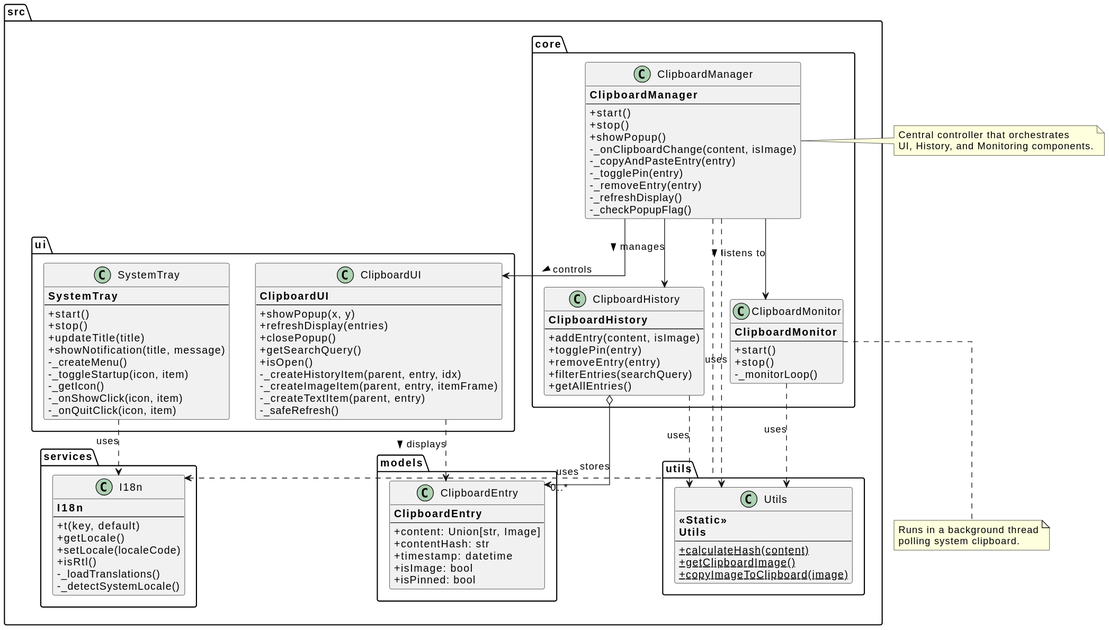
The PlantUML diagram docs/system design UML.svg in AhmedEssamYassin/MindfulClipboard, before a commit. Source of this version:
```plantuml
@startuml
skinparam linetype ortho
skinparam layout compact
skinparam classAttributeIconSize 0
skinparam nodeMargin 20

package "src.ui" {
    class ClipboardUI {
        <b>ClipboardUI</b>
        --
        + showPopup(x, y)
        + refreshDisplay(entries)
        + closePopup()
        + getSearchQuery()
        + isOpen()
        - _createHistoryItem(parent, entry, idx)
        - _createImageItem(parent, entry, itemFrame)
        - _createTextItem(parent, entry)
        - _safeRefresh()
    }

    class SystemTray {
        <b>SystemTray</b>
        --
        + start()
        + stop()
        + updateTitle(title)
        + showNotification(title, message)
        - _createMenu()
        - _toggleStartup(icon, item)
        - _getIcon()
        - _onShowClick(icon, item)
        - _onQuitClick(icon, item)
    }
}

package "src.core" {
    class ClipboardManager {
        <b>ClipboardManager</b>
        --
        + start()
        + stop()
        + showPopup()
        - _onClipboardChange(content, isImage)
        - _copyAndPasteEntry(entry)
        - _togglePin(entry)
        - _removeEntry(entry)
        - _refreshDisplay()
        - _checkPopupFlag()
    }

    class ClipboardMonitor {
        <b>ClipboardMonitor</b>
        --
        + start()
        + stop()
        - _monitorLoop()
    }

    class ClipboardHistory {
        <b>ClipboardHistory</b>
        --
        + addEntry(content, isImage)
        + togglePin(entry)
        + removeEntry(entry)
        + filterEntries(searchQuery)
        + getAllEntries()
    }
}

package "src.services" {
    class I18n {
        <b>I18n</b>
        --
        + t(key, default)
        + getLocale()
        + setLocale(localeCode)
        + isRtl()
        - _loadTranslations()
        - _detectSystemLocale()
    }
}

package "src.utils" {
    class Utils {
        <b><<Static>></b>
        <b>Utils</b>
        --
        {static} + calculateHash(content)
        {static} + getClipboardImage()
        {static} + copyImageToClipboard(image)
    }
}

package "src.models" {
    class ClipboardEntry {
        <b>ClipboardEntry</b>
        --
        + content: Union[str, Image]
        + contentHash: str
        + timestamp: datetime
        + isImage: bool
        + isPinned: bool
    }
}

ClipboardManager --> ClipboardUI : "controls >"
ClipboardManager --> ClipboardHistory : "manages >"
ClipboardManager --> ClipboardMonitor : "listens to >"
ClipboardManager ..> I18n : "uses"
SystemTray ..> I18n : "uses"

ClipboardUI ..> ClipboardEntry : "displays >"
ClipboardHistory o--> "0..*" ClipboardEntry : "stores"

ClipboardMonitor ..> Utils : "uses"
ClipboardHistory ..> Utils : "uses"
ClipboardManager ..> Utils : "uses"

note right of ClipboardManager
    Central controller that orchestrates
    UI, History, and Monitoring components.
end note

note bottom of ClipboardMonitor
    Runs in a background thread
    polling system clipboard.
end note
@enduml
```
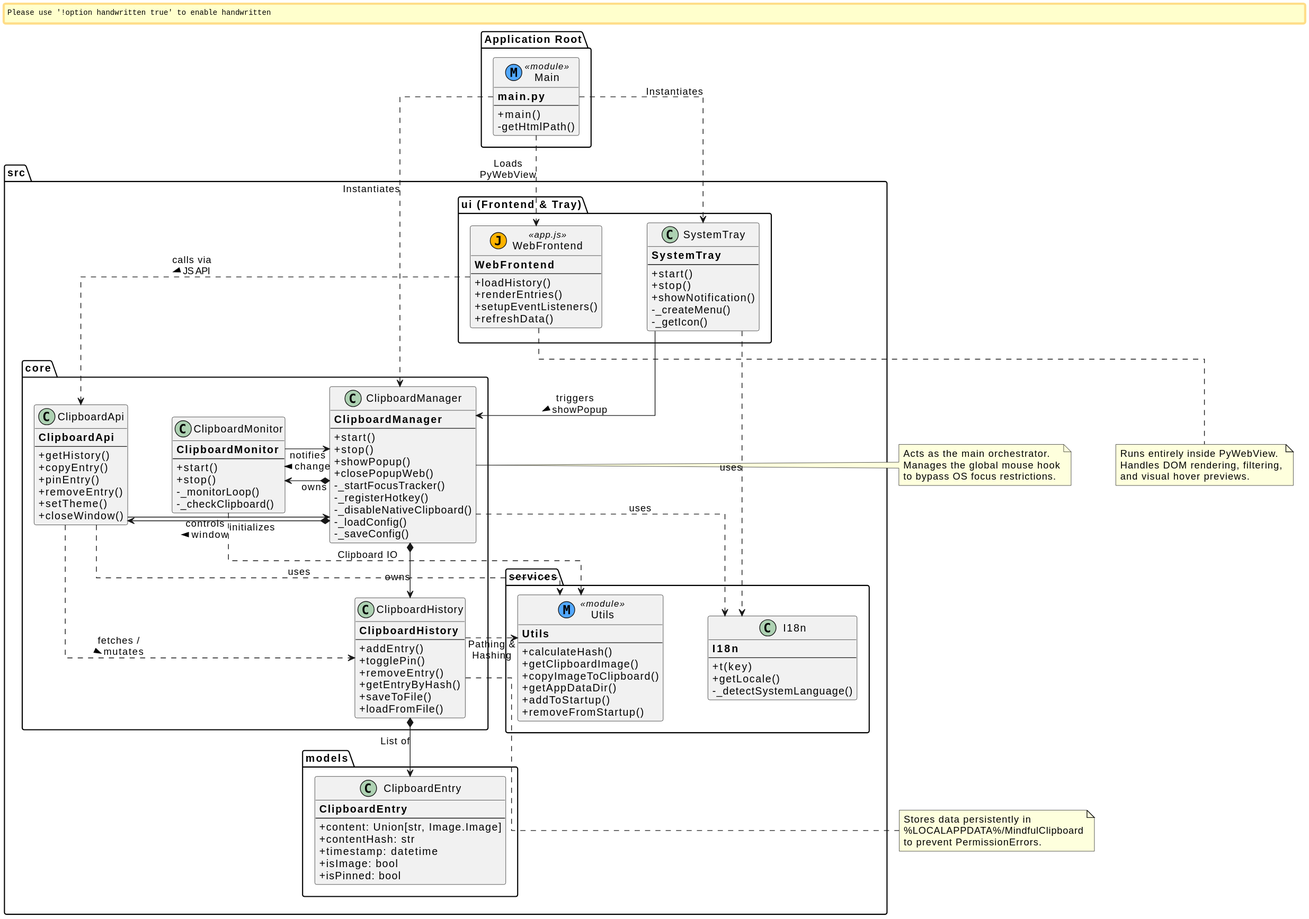
Later version of the same file.

Commit message:
docs: update system design UML

Change to the diagram source:
```diff
@@ -2,35 +2,40 @@
 skinparam linetype ortho
 skinparam layout compact
 skinparam classAttributeIconSize 0
-skinparam nodeMargin 20
+skinparam nodeMargin 40
+skinparam handwritten false
+skinparam shadow false
 
-package "src.ui" {
-    class ClipboardUI {
-        <b>ClipboardUI</b>
+skinparam nodesep 60
+skinparam ranksep 70
+
+package "Application Root" {
+    class Main << (M, #52A8FF) module >> {
+        <b>main.py</b>
         --
-        + showPopup(x, y)
-        + refreshDisplay(entries)
-        + closePopup()
-        + getSearchQuery()
-        + isOpen()
-        - _createHistoryItem(parent, entry, idx)
-        - _createImageItem(parent, entry, itemFrame)
-        - _createTextItem(parent, entry)
-        - _safeRefresh()
+        + main()
+        - getHtmlPath()
     }
+}
 
+package "src.ui (Frontend & Tray)" {
     class SystemTray {
         <b>SystemTray</b>
         --
         + start()
         + stop()
-        + updateTitle(title)
-        + showNotification(title, message)
+        + showNotification()
         - _createMenu()
-        - _toggleStartup(icon, item)
         - _getIcon()
-        - _onShowClick(icon, item)
-        - _onQuitClick(icon, item)
+    }
+
+    class WebFrontend << (J, #FFB300) app.js >> {
+        <b>WebFrontend</b>
+        --
+        + loadHistory()
+        + renderEntries()
+        + setupEventListeners()
+        + refreshData()
     }
 }
 
@@ -41,12 +46,23 @@
         + start()
         + stop()
         + showPopup()
-        - _onClipboardChange(content, isImage)
-        - _copyAndPasteEntry(entry)
-        - _togglePin(entry)
-        - _removeEntry(entry)
-        - _refreshDisplay()
-        - _checkPopupFlag()
+        + closePopupWeb()
+        - _startFocusTracker()
+        - _registerHotkey()
+        - _disableNativeClipboard()
+        - _loadConfig()
+        - _saveConfig()
+    }
+
+    class ClipboardApi {
+        <b>ClipboardApi</b>
+        --
+        + getHistory()
+        + copyEntry()
+        + pinEntry()
+        + removeEntry()
+        + setTheme()
+        + closeWindow()
     }
 
     class ClipboardMonitor {
@@ -55,16 +71,18 @@
         + start()
         + stop()
         - _monitorLoop()
+        - _checkClipboard()
     }
 
     class ClipboardHistory {
         <b>ClipboardHistory</b>
         --
-        + addEntry(content, isImage)
-        + togglePin(entry)
-        + removeEntry(entry)
-        + filterEntries(searchQuery)
-        + getAllEntries()
+        + addEntry()
+        + togglePin()
+        + removeEntry()
+        + getEntryByHash()
+        + saveToFile()
+        + loadFromFile()
     }
 }
 
@@ -72,23 +90,20 @@
     class I18n {
         <b>I18n</b>
         --
-        + t(key, default)
+        + t(key)
         + getLocale()
-        + setLocale(localeCode)
-        + isRtl()
-        - _loadTranslations()
-        - _detectSystemLocale()
+        - _detectSystemLanguage()
     }
-}
 
-package "src.utils" {
-    class Utils {
-        <b><<Static>></b>
+    class Utils << (M, #52A8FF) module >> {
         <b>Utils</b>
         --
-        {static} + calculateHash(content)
-        {static} + getClipboardImage()
-        {static} + copyImageToClipboard(image)
+        + calculateHash()
+        + getClipboardImage()
+        + copyImageToClipboard()
+        + getAppDataDir()
+        + addToStartup()
+        + removeFromStartup()
     }
 }
 
@@ -96,7 +111,7 @@
     class ClipboardEntry {
         <b>ClipboardEntry</b>
         --
-        + content: Union[str, Image]
+        + content: Union[str, Image.Image]
         + contentHash: str
         + timestamp: datetime
         + isImage: bool
@@ -104,26 +119,45 @@
     }
 }
 
-ClipboardManager --> ClipboardUI : "controls >"
-ClipboardManager --> ClipboardHistory : "manages >"
-ClipboardManager --> ClipboardMonitor : "listens to >"
-ClipboardManager ..> I18n : "uses"
-SystemTray ..> I18n : "uses"
 
-ClipboardUI ..> ClipboardEntry : "displays >"
-ClipboardHistory o--> "0..*" ClipboardEntry : "stores"
+Main .down.> ClipboardManager : "Instantiates"
+Main .down.> SystemTray : "Instantiates"
+Main .down.> WebFrontend : "Loads\nPyWebView"
 
-ClipboardMonitor ..> Utils : "uses"
-ClipboardHistory ..> Utils : "uses"
-ClipboardManager ..> Utils : "uses"
+SystemTray -down-> ClipboardManager : "triggers\nshowPopup >"
+WebFrontend .down.> ClipboardApi : "calls via\nJS API >"
 
-note right of ClipboardManager
-    Central controller that orchestrates
-    UI, History, and Monitoring components.
+ClipboardApi -left-> ClipboardManager : "controls\nwindow >"
+ClipboardManager *-down-> ClipboardHistory : "owns"
+ClipboardManager *-left-> ClipboardMonitor : "owns"
+ClipboardManager *-up-> ClipboardApi : "initializes"
+
+ClipboardMonitor -up-> ClipboardManager : "notifies\nchange >"
+ClipboardHistory *-down-> ClipboardEntry : "List of"
+ClipboardApi .down.> ClipboardHistory : "fetches /\nmutates >"
+
+ClipboardManager .right.> I18n : "uses"
+SystemTray .right.> I18n : "uses"
+
+ClipboardHistory .right.> Utils : "Pathing &\nHashing"
+ClipboardMonitor .right.> Utils : "Clipboard IO"
+ClipboardApi .right.> Utils : "uses"
+
+note bottom of WebFrontend
+    Runs entirely inside PyWebView.
+    Handles DOM rendering, filtering,
+    and visual hover previews.
 end note
 
-note bottom of ClipboardMonitor
-    Runs in a background thread
-    polling system clipboard.
+note left of ClipboardManager
+    Acts as the main orchestrator.
+    Manages the global mouse hook
+    to bypass OS focus restrictions.
+end note
+
+note bottom of ClipboardHistory
+    Stores data persistently in
+    %LOCALAPPDATA%/MindfulClipboard
+    to prevent PermissionErrors.
 end note
 @enduml
```
